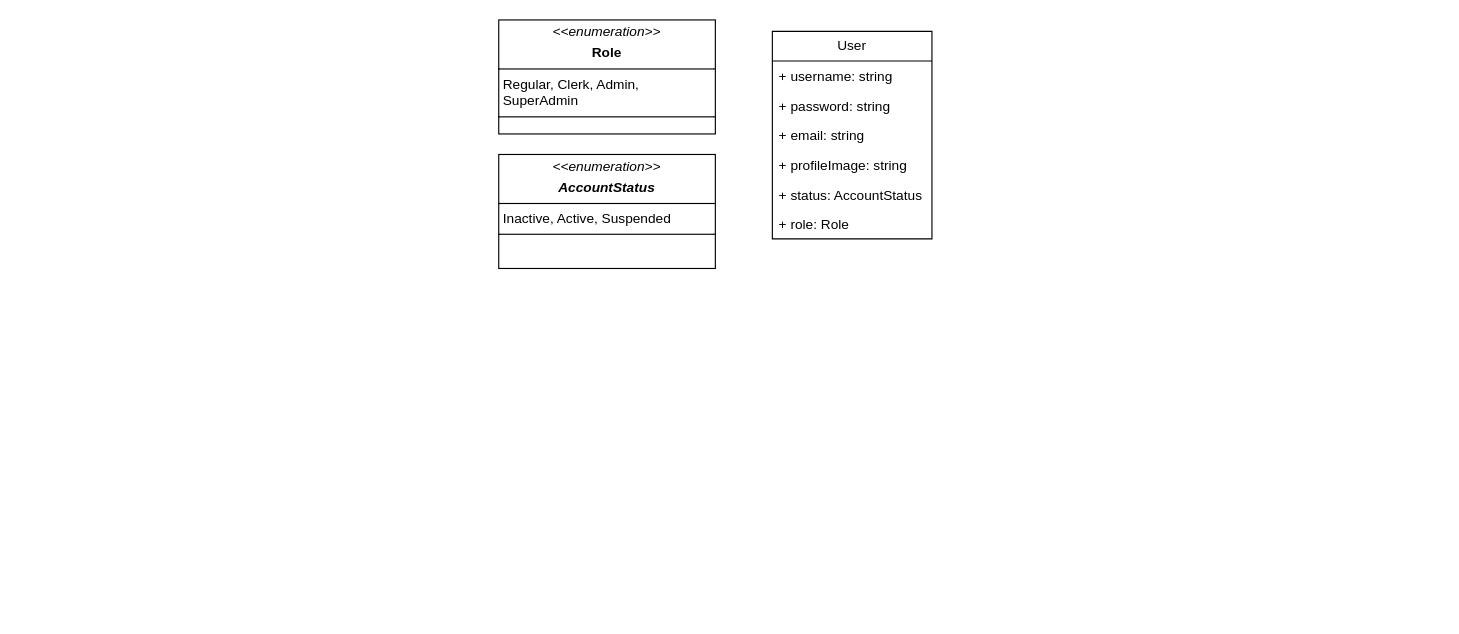
Before: nvt-watt-flow.drawio in aleksaqm/watt-flow, a draw.io diagram. Source tidied: cells renumbered, new cells numbered last; positions are measured from the earlier drawing's top-left corner, leaving out a move shared by most shapes. Both pictures are drawn from the tidied source at 114%, with x=0, y=0 at pixel (498, 19).
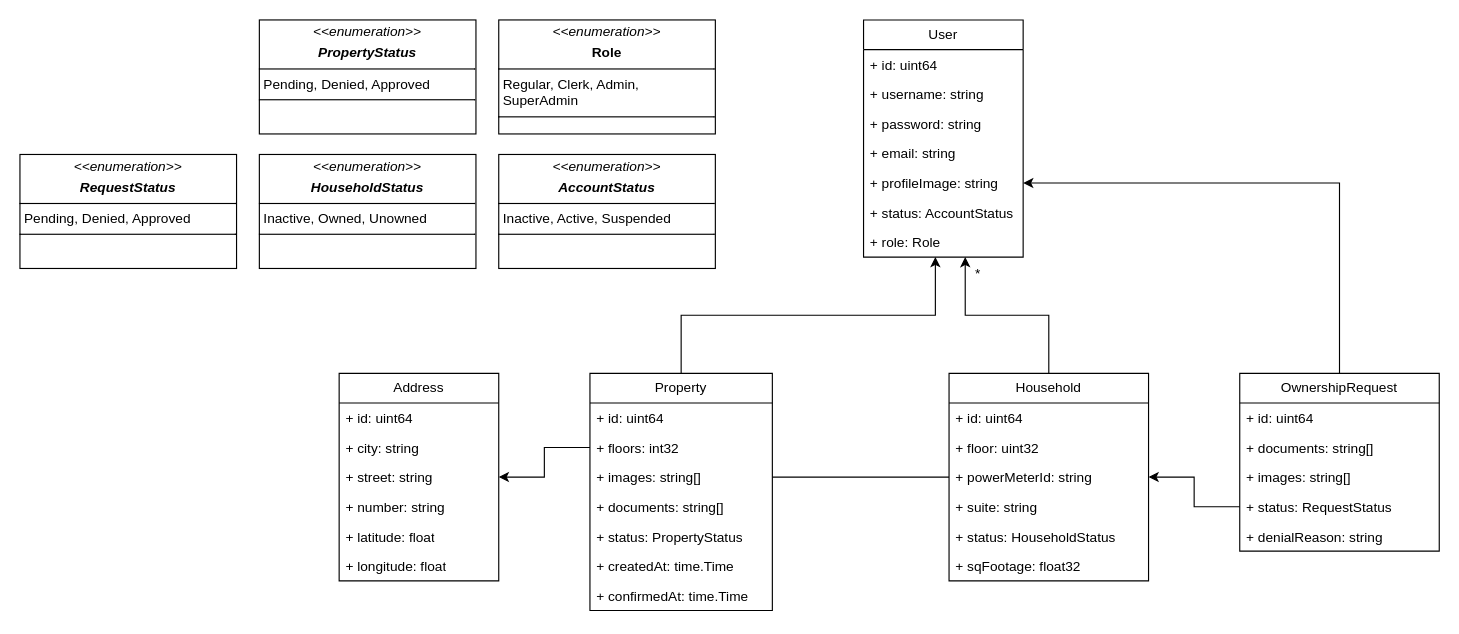
The same page after the edit.

Commit message:
added household and property

The edit, as a diff of the source:
```diff
@@
     <mxCell id="2" value="User" style="swimlane;fontStyle=0;horizontal=1;startSize=26;fillColor=none;whiteSpace=wrap;html=1;" parent="1" vertex="1">
-      <mxGeometry x="240" y="10" width="140" height="182" as="geometry" />
+      <mxGeometry x="320" width="140" height="208" as="geometry" />
     </mxCell>
-    <mxCell id="3" value="+ username: string" style="text;strokeColor=none;fillColor=none;align=left;verticalAlign=top;spacingLeft=4;spacingRight=4;overflow=hidden;whiteSpace=wrap;html=1;" parent="2" vertex="1">
+    <mxCell id="3" value="+ id: uint64" style="text;strokeColor=none;fillColor=none;align=left;verticalAlign=top;spacingLeft=4;spacingRight=4;overflow=hidden;whiteSpace=wrap;html=1;" parent="2" vertex="1">
       <mxGeometry y="26" width="140" height="26" as="geometry" />
     </mxCell>
+    <mxCell id="11" value="+ username: string" style="text;strokeColor=none;fillColor=none;align=left;verticalAlign=top;spacingLeft=4;spacingRight=4;overflow=hidden;whiteSpace=wrap;html=1;" parent="2" vertex="1">
+      <mxGeometry y="52" width="140" height="26" as="geometry" />
+    </mxCell>
     <mxCell id="4" value="+ password: string" style="text;strokeColor=none;fillColor=none;align=left;verticalAlign=top;spacingLeft=4;spacingRight=4;overflow=hidden;whiteSpace=wrap;html=1;" parent="2" vertex="1">
-      <mxGeometry y="52" width="140" height="26" as="geometry" />
+      <mxGeometry y="78" width="140" height="26" as="geometry" />
     </mxCell>
     <mxCell id="5" value="+ email: string" style="text;strokeColor=none;fillColor=none;align=left;verticalAlign=top;spacingLeft=4;spacingRight=4;overflow=hidden;whiteSpace=wrap;html=1;" parent="2" vertex="1">
-      <mxGeometry y="78" width="140" height="26" as="geometry" />
+      <mxGeometry y="104" width="140" height="26" as="geometry" />
     </mxCell>
     <mxCell id="6" value="+ profileImage: string" style="text;strokeColor=none;fillColor=none;align=left;verticalAlign=top;spacingLeft=4;spacingRight=4;overflow=hidden;points=[[0,0.5],[1,0.5]];portConstraint=eastwest;whiteSpace=wrap;html=1;" parent="2" vertex="1">
-      <mxGeometry y="104" width="140" height="26" as="geometry" />
+      <mxGeometry y="130" width="140" height="26" as="geometry" />
     </mxCell>
     <mxCell id="7" value="+ status: AccountStatus" style="text;strokeColor=none;fillColor=none;align=left;verticalAlign=top;spacingLeft=4;spacingRight=4;overflow=hidden;whiteSpace=wrap;html=1;" parent="2" vertex="1">
-      <mxGeometry y="130" width="140" height="26" as="geometry" />
+      <mxGeometry y="156" width="140" height="26" as="geometry" />
     </mxCell>
     <mxCell id="8" value="+ role: Role" style="text;strokeColor=none;fillColor=none;align=left;verticalAlign=top;spacingLeft=4;spacingRight=4;overflow=hidden;points=[[0,0.5],[1,0.5]];portConstraint=eastwest;whiteSpace=wrap;html=1;" parent="2" vertex="1">
-      <mxGeometry y="156" width="140" height="26" as="geometry" />
+      <mxGeometry y="182" width="140" height="26" as="geometry" />
     </mxCell>
@@
+    <mxCell id="12" value="Household" style="swimlane;fontStyle=0;horizontal=1;startSize=26;fillColor=none;whiteSpace=wrap;html=1;" parent="1" vertex="1">
+      <mxGeometry x="395" y="310" width="175" height="182" as="geometry" />
+    </mxCell>
+    <mxCell id="13" value="+ id: uint64" style="text;strokeColor=none;fillColor=none;align=left;verticalAlign=top;spacingLeft=4;spacingRight=4;overflow=hidden;whiteSpace=wrap;html=1;" parent="12" vertex="1">
+      <mxGeometry y="26" width="175" height="26" as="geometry" />
+    </mxCell>
+    <mxCell id="14" value="+ floor: uint32" style="text;strokeColor=none;fillColor=none;align=left;verticalAlign=top;spacingLeft=4;spacingRight=4;overflow=hidden;whiteSpace=wrap;html=1;" parent="12" vertex="1">
+      <mxGeometry y="52" width="175" height="26" as="geometry" />
+    </mxCell>
+    <mxCell id="15" value="+ powerMeterId: string" style="text;strokeColor=none;fillColor=none;align=left;verticalAlign=top;spacingLeft=4;spacingRight=4;overflow=hidden;points=[[0,0.5],[1,0.5]];portConstraint=eastwest;whiteSpace=wrap;html=1;" parent="12" vertex="1">
+      <mxGeometry y="78" width="175" height="26" as="geometry" />
+    </mxCell>
+    <mxCell id="16" value="+ suite: string" style="text;strokeColor=none;fillColor=none;align=left;verticalAlign=top;spacingLeft=4;spacingRight=4;overflow=hidden;whiteSpace=wrap;html=1;" parent="12" vertex="1">
+      <mxGeometry y="104" width="175" height="26" as="geometry" />
+    </mxCell>
+    <mxCell id="17" value="+ status: HouseholdStatus" style="text;strokeColor=none;fillColor=none;align=left;verticalAlign=top;spacingLeft=4;spacingRight=4;overflow=hidden;whiteSpace=wrap;html=1;" parent="12" vertex="1">
+      <mxGeometry y="130" width="175" height="26" as="geometry" />
+    </mxCell>
+    <mxCell id="18" value="+ sqFootage: float32" style="text;strokeColor=none;fillColor=none;align=left;verticalAlign=top;spacingLeft=4;spacingRight=4;overflow=hidden;whiteSpace=wrap;html=1;" parent="12" vertex="1">
+      <mxGeometry y="156" width="175" height="26" as="geometry" />
+    </mxCell>
+    <mxCell id="19" value="Address" style="swimlane;fontStyle=0;horizontal=1;startSize=26;fillColor=none;whiteSpace=wrap;html=1;" parent="1" vertex="1">
+      <mxGeometry x="-140" y="310" width="140" height="182" as="geometry" />
+    </mxCell>
+    <mxCell id="20" value="+ id: uint64" style="text;strokeColor=none;fillColor=none;align=left;verticalAlign=top;spacingLeft=4;spacingRight=4;overflow=hidden;whiteSpace=wrap;html=1;" parent="19" vertex="1">
+      <mxGeometry y="26" width="140" height="26" as="geometry" />
+    </mxCell>
+    <mxCell id="21" value="+ city: string" style="text;strokeColor=none;fillColor=none;align=left;verticalAlign=top;spacingLeft=4;spacingRight=4;overflow=hidden;whiteSpace=wrap;html=1;" parent="19" vertex="1">
+      <mxGeometry y="52" width="140" height="26" as="geometry" />
+    </mxCell>
+    <mxCell id="22" value="+ street: string" style="text;strokeColor=none;fillColor=none;align=left;verticalAlign=top;spacingLeft=4;spacingRight=4;overflow=hidden;points=[[0,0.5],[1,0.5]];portConstraint=eastwest;whiteSpace=wrap;html=1;" parent="19" vertex="1">
+      <mxGeometry y="78" width="140" height="26" as="geometry" />
+    </mxCell>
+    <mxCell id="23" value="+ number: string" style="text;strokeColor=none;fillColor=none;align=left;verticalAlign=top;spacingLeft=4;spacingRight=4;overflow=hidden;whiteSpace=wrap;html=1;" parent="19" vertex="1">
+      <mxGeometry y="104" width="140" height="26" as="geometry" />
+    </mxCell>
+    <mxCell id="24" value="+ latitude: float" style="text;strokeColor=none;fillColor=none;align=left;verticalAlign=top;spacingLeft=4;spacingRight=4;overflow=hidden;whiteSpace=wrap;html=1;" parent="19" vertex="1">
+      <mxGeometry y="130" width="140" height="26" as="geometry" />
+    </mxCell>
+    <mxCell id="25" value="+ longitude: float" style="text;strokeColor=none;fillColor=none;align=left;verticalAlign=top;spacingLeft=4;spacingRight=4;overflow=hidden;whiteSpace=wrap;html=1;" parent="19" vertex="1">
+      <mxGeometry y="156" width="140" height="26" as="geometry" />
+    </mxCell>
+    <mxCell id="26" value="Property" style="swimlane;fontStyle=0;horizontal=1;startSize=26;fillColor=none;whiteSpace=wrap;html=1;" parent="1" vertex="1">
+      <mxGeometry x="80" y="310" width="160" height="208" as="geometry" />
+    </mxCell>
+    <mxCell id="27" value="+ id: uint64" style="text;strokeColor=none;fillColor=none;align=left;verticalAlign=top;spacingLeft=4;spacingRight=4;overflow=hidden;whiteSpace=wrap;html=1;" parent="26" vertex="1">
+      <mxGeometry y="26" width="160" height="26" as="geometry" />
+    </mxCell>
+    <mxCell id="28" value="+ floors: int32" style="text;strokeColor=none;fillColor=none;align=left;verticalAlign=top;spacingLeft=4;spacingRight=4;overflow=hidden;points=[[0,0.5],[1,0.5]];portConstraint=eastwest;whiteSpace=wrap;html=1;" parent="26" vertex="1">
+      <mxGeometry y="52" width="160" height="26" as="geometry" />
+    </mxCell>
+    <mxCell id="29" value="+ images: string[]" style="text;strokeColor=none;fillColor=none;align=left;verticalAlign=top;spacingLeft=4;spacingRight=4;overflow=hidden;points=[[0,0.5],[1,0.5]];portConstraint=eastwest;whiteSpace=wrap;html=1;" parent="26" vertex="1">
+      <mxGeometry y="78" width="160" height="26" as="geometry" />
+    </mxCell>
+    <mxCell id="30" value="+ documents: string[]" style="text;strokeColor=none;fillColor=none;align=left;verticalAlign=top;spacingLeft=4;spacingRight=4;overflow=hidden;whiteSpace=wrap;html=1;" parent="26" vertex="1">
+      <mxGeometry y="104" width="160" height="26" as="geometry" />
+    </mxCell>
+    <mxCell id="31" value="+ status: PropertyStatus" style="text;strokeColor=none;fillColor=none;align=left;verticalAlign=top;spacingLeft=4;spacingRight=4;overflow=hidden;whiteSpace=wrap;html=1;" parent="26" vertex="1">
+      <mxGeometry y="130" width="160" height="26" as="geometry" />
+    </mxCell>
+    <mxCell id="32" value="+ createdAt: time.Time" style="text;strokeColor=none;fillColor=none;align=left;verticalAlign=top;spacingLeft=4;spacingRight=4;overflow=hidden;whiteSpace=wrap;html=1;" parent="26" vertex="1">
+      <mxGeometry y="156" width="160" height="26" as="geometry" />
+    </mxCell>
+    <mxCell id="33" value="+ confirmedAt: time.Time" style="text;strokeColor=none;fillColor=none;align=left;verticalAlign=top;spacingLeft=4;spacingRight=4;overflow=hidden;whiteSpace=wrap;html=1;" parent="26" vertex="1">
+      <mxGeometry y="182" width="160" height="26" as="geometry" />
+    </mxCell>
+    <mxCell id="34" value="&lt;p style=&quot;margin:0px;margin-top:4px;text-align:center;&quot;&gt;&lt;i&gt;&amp;lt;&amp;lt;enumeration&amp;gt;&amp;gt;&lt;br&gt;&lt;/i&gt;&lt;/p&gt;&lt;p style=&quot;margin:0px;margin-top:4px;text-align:center;&quot;&gt;&lt;i&gt;&lt;b&gt;PropertyStatus&lt;br&gt;&lt;/b&gt;&lt;/i&gt;&lt;/p&gt;&lt;hr size=&quot;1&quot; style=&quot;border-style:solid;&quot;&gt;&lt;p style=&quot;margin:0px;margin-left:4px;&quot;&gt;Pending, Denied, Approved&lt;br&gt;&lt;/p&gt;&lt;hr size=&quot;1&quot; style=&quot;border-style:solid;&quot;&gt;" style="verticalAlign=top;align=left;overflow=fill;html=1;whiteSpace=wrap;" parent="1" vertex="1">
+      <mxGeometry x="-210" width="190" height="100" as="geometry" />
+    </mxCell>
+    <mxCell id="35" value="&lt;p style=&quot;margin:0px;margin-top:4px;text-align:center;&quot;&gt;&lt;i&gt;&amp;lt;&amp;lt;enumeration&amp;gt;&amp;gt;&lt;br&gt;&lt;/i&gt;&lt;/p&gt;&lt;p style=&quot;margin:0px;margin-top:4px;text-align:center;&quot;&gt;&lt;i&gt;&lt;b&gt;HouseholdStatus&lt;br&gt;&lt;/b&gt;&lt;/i&gt;&lt;/p&gt;&lt;hr size=&quot;1&quot; style=&quot;border-style:solid;&quot;&gt;&lt;p style=&quot;margin:0px;margin-left:4px;&quot;&gt;Inactive, Owned, Unowned&lt;br&gt;&lt;/p&gt;&lt;hr size=&quot;1&quot; style=&quot;border-style:solid;&quot;&gt;" style="verticalAlign=top;align=left;overflow=fill;html=1;whiteSpace=wrap;" parent="1" vertex="1">
+      <mxGeometry x="-210" y="118" width="190" height="100" as="geometry" />
+    </mxCell>
+    <mxCell id="36" style="edgeStyle=orthogonalEdgeStyle;rounded=0;jettySize=auto;html=1;entryX=1;entryY=0.5;entryDx=0;entryDy=0;" parent="1" edge="1" source="28" target="22">
+      <mxGeometry relative="1" as="geometry" />
+    </mxCell>
+    <mxCell id="37" style="edgeStyle=orthogonalEdgeStyle;rounded=0;jettySize=auto;html=1;entryX=0.45;entryY=1.001;entryDx=0;entryDy=0;entryPerimeter=0;" parent="1" edge="1" source="26" target="8">
+      <mxGeometry relative="1" as="geometry" />
+    </mxCell>
+    <mxCell id="38" style="edgeStyle=orthogonalEdgeStyle;rounded=0;jettySize=auto;html=1;entryX=0;entryY=0.5;entryDx=0;entryDy=0;endArrow=none;endFill=0;" parent="1" edge="1" source="29" target="15">
+      <mxGeometry relative="1" as="geometry" />
+    </mxCell>
+    <mxCell id="39" style="edgeStyle=orthogonalEdgeStyle;rounded=0;jettySize=auto;html=1;entryX=0.637;entryY=1.001;entryDx=0;entryDy=0;entryPerimeter=0;" parent="1" edge="1" source="12" target="8">
+      <mxGeometry relative="1" as="geometry" />
+    </mxCell>
+    <mxCell id="40" style="edgeStyle=orthogonalEdgeStyle;rounded=0;jettySize=auto;html=1;entryX=1;entryY=0.5;entryDx=0;entryDy=0;" parent="1" edge="1" source="41" target="6">
+      <mxGeometry relative="1" as="geometry" />
+    </mxCell>
+    <mxCell id="41" value="OwnershipRequest" style="swimlane;fontStyle=0;horizontal=1;startSize=26;fillColor=none;whiteSpace=wrap;html=1;" parent="1" vertex="1">
+      <mxGeometry x="650" y="310" width="175" height="156" as="geometry" />
+    </mxCell>
+    <mxCell id="42" value="+ id: uint64" style="text;strokeColor=none;fillColor=none;align=left;verticalAlign=top;spacingLeft=4;spacingRight=4;overflow=hidden;whiteSpace=wrap;html=1;" parent="41" vertex="1">
+      <mxGeometry y="26" width="175" height="26" as="geometry" />
+    </mxCell>
+    <mxCell id="43" value="+ documents: string[]" style="text;strokeColor=none;fillColor=none;align=left;verticalAlign=top;spacingLeft=4;spacingRight=4;overflow=hidden;whiteSpace=wrap;html=1;" parent="41" vertex="1">
+      <mxGeometry y="52" width="175" height="26" as="geometry" />
+    </mxCell>
+    <mxCell id="44" value="+ images: string[]" style="text;strokeColor=none;fillColor=none;align=left;verticalAlign=top;spacingLeft=4;spacingRight=4;overflow=hidden;whiteSpace=wrap;html=1;" parent="41" vertex="1">
+      <mxGeometry y="78" width="175" height="26" as="geometry" />
+    </mxCell>
+    <mxCell id="45" value="+ status: RequestStatus" style="text;strokeColor=none;fillColor=none;align=left;verticalAlign=top;spacingLeft=4;spacingRight=4;overflow=hidden;points=[[0,0.5],[1,0.5]];portConstraint=eastwest;whiteSpace=wrap;html=1;" parent="41" vertex="1">
+      <mxGeometry y="104" width="175" height="26" as="geometry" />
+    </mxCell>
+    <mxCell id="46" value="+ denialReason: string" style="text;strokeColor=none;fillColor=none;align=left;verticalAlign=top;spacingLeft=4;spacingRight=4;overflow=hidden;whiteSpace=wrap;html=1;" parent="41" vertex="1">
+      <mxGeometry y="130" width="175" height="26" as="geometry" />
+    </mxCell>
+    <mxCell id="47" style="edgeStyle=orthogonalEdgeStyle;rounded=0;jettySize=auto;html=1;entryX=1;entryY=0.5;entryDx=0;entryDy=0;" parent="1" edge="1" source="45" target="15">
+      <mxGeometry relative="1" as="geometry" />
+    </mxCell>
+    <mxCell id="48" value="&lt;p style=&quot;margin:0px;margin-top:4px;text-align:center;&quot;&gt;&lt;i&gt;&amp;lt;&amp;lt;enumeration&amp;gt;&amp;gt;&lt;br&gt;&lt;/i&gt;&lt;/p&gt;&lt;p style=&quot;margin:0px;margin-top:4px;text-align:center;&quot;&gt;&lt;i&gt;&lt;b&gt;RequestStatus&lt;br&gt;&lt;/b&gt;&lt;/i&gt;&lt;/p&gt;&lt;hr size=&quot;1&quot; style=&quot;border-style:solid;&quot;&gt;&lt;p style=&quot;margin:0px;margin-left:4px;&quot;&gt;Pending, Denied, Approved&lt;br&gt;&lt;/p&gt;&lt;hr size=&quot;1&quot; style=&quot;border-style:solid;&quot;&gt;" style="verticalAlign=top;align=left;overflow=fill;html=1;whiteSpace=wrap;" parent="1" vertex="1">
+      <mxGeometry x="-420" y="118" width="190" height="100" as="geometry" />
+    </mxCell>
+    <mxCell id="49" value="*" style="text;html=1;align=center;verticalAlign=middle;strokeColor=none;fillColor=none;" parent="1" vertex="1">
+      <mxGeometry x="405" y="208" width="30" height="30" as="geometry" />
+    </mxCell>
```
